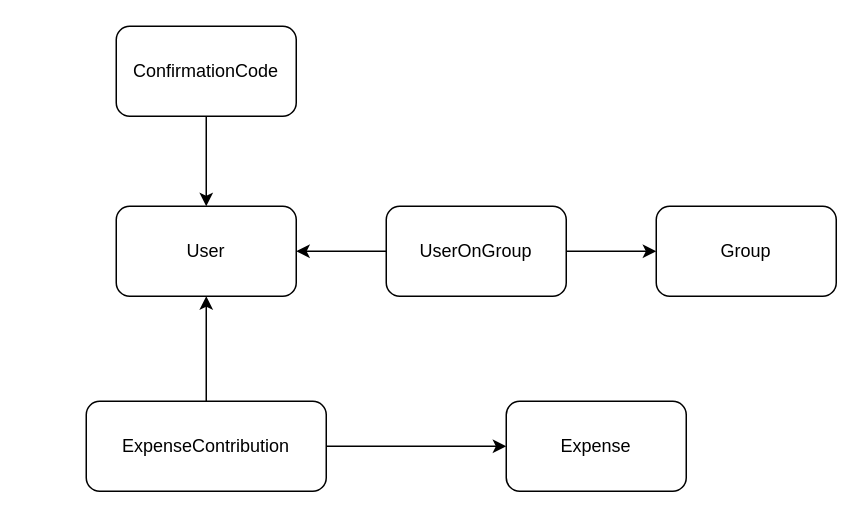
Above: doc/SplitDB.drawio in davideyoga/split (draw.io), before the change. Source tidied: cells renumbered, new cells numbered last; positions are measured from the earlier drawing's top-left corner, leaving out a move shared by most shapes. Both pictures are drawn from the tidied source at 150%, with x=0, y=0 at pixel (86, 26).
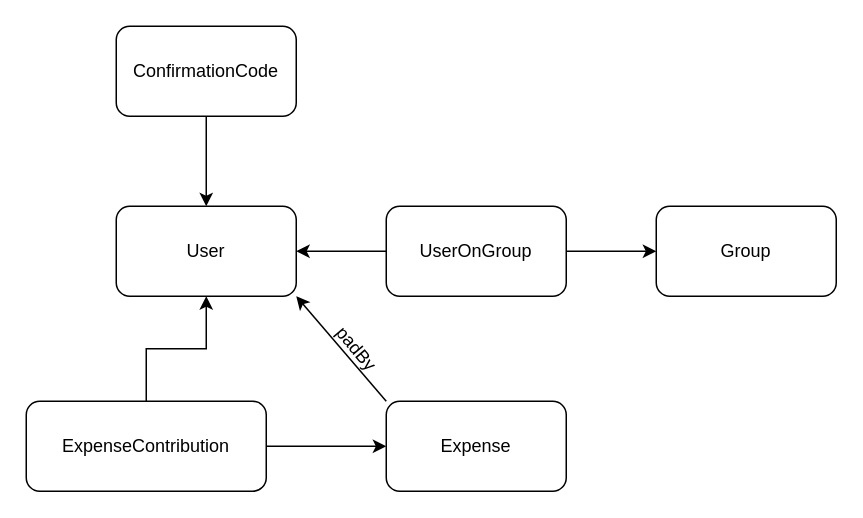
The same page after the edit.

The edit, as a diff of the source:
```diff
@@
 <mxGraphModel>
   <root>
     <mxCell id="0" />
     <mxCell id="1" parent="0" />
     <mxCell id="2" value="User" style="rounded=1;whiteSpace=wrap;html=1;" parent="1" vertex="1">
       <mxGeometry x="20" y="120" width="120" height="60" as="geometry" />
     </mxCell>
     <mxCell id="3" value="Group" style="rounded=1;whiteSpace=wrap;html=1;" parent="1" vertex="1">
       <mxGeometry x="380" y="120" width="120" height="60" as="geometry" />
     </mxCell>
     <mxCell id="4" style="edgeStyle=orthogonalEdgeStyle;rounded=0;jettySize=auto;html=1;" parent="1" edge="1" source="6" target="2">
       <mxGeometry relative="1" as="geometry" />
     </mxCell>
     <mxCell id="5" style="edgeStyle=orthogonalEdgeStyle;rounded=0;jettySize=auto;html=1;entryX=0;entryY=0.5;entryDx=0;entryDy=0;" parent="1" edge="1" source="6" target="3">
       <mxGeometry relative="1" as="geometry" />
     </mxCell>
     <mxCell id="6" value="UserOnGroup" style="rounded=1;whiteSpace=wrap;html=1;" parent="1" vertex="1">
       <mxGeometry x="200" y="120" width="120" height="60" as="geometry" />
     </mxCell>
+    <mxCell id="13" style="edgeStyle=none;html=1;exitX=0;exitY=0;exitDx=0;exitDy=0;entryX=1;entryY=1;entryDx=0;entryDy=0;" parent="1" edge="1" source="7" target="2">
+      <mxGeometry relative="1" as="geometry" />
+    </mxCell>
     <mxCell id="7" value="Expense" style="rounded=1;whiteSpace=wrap;html=1;" parent="1" vertex="1">
-      <mxGeometry x="280" y="250" width="120" height="60" as="geometry" />
+      <mxGeometry x="200" y="250" width="120" height="60" as="geometry" />
     </mxCell>
     <mxCell id="8" style="edgeStyle=orthogonalEdgeStyle;rounded=0;jettySize=auto;html=1;" parent="1" edge="1" source="10" target="7">
       <mxGeometry relative="1" as="geometry" />
     </mxCell>
     <mxCell id="9" style="edgeStyle=orthogonalEdgeStyle;rounded=0;jettySize=auto;html=1;exitX=0.5;exitY=0;exitDx=0;exitDy=0;entryX=0.5;entryY=1;entryDx=0;entryDy=0;" parent="1" edge="1" source="10" target="2">
       <mxGeometry relative="1" as="geometry" />
     </mxCell>
     <mxCell id="10" value="ExpenseContribution" style="rounded=1;whiteSpace=wrap;html=1;" parent="1" vertex="1">
-      <mxGeometry y="250" width="160" height="60" as="geometry" />
+      <mxGeometry x="-40" y="250" width="160" height="60" as="geometry" />
     </mxCell>
     <mxCell id="11" style="edgeStyle=orthogonalEdgeStyle;rounded=0;jettySize=auto;html=1;entryX=0.5;entryY=0;entryDx=0;entryDy=0;" parent="1" edge="1" source="12" target="2">
       <mxGeometry relative="1" as="geometry" />
     </mxCell>
     <mxCell id="12" value="ConfirmationCode" style="rounded=1;whiteSpace=wrap;html=1;" parent="1" vertex="1">
       <mxGeometry x="20" width="120" height="60" as="geometry" />
     </mxCell>
+    <mxCell id="14" value="padBy" style="text;html=1;align=center;verticalAlign=middle;strokeColor=none;fillColor=none;rotation=50;" parent="1" vertex="1">
+      <mxGeometry x="150" y="200" width="60" height="30" as="geometry" />
+    </mxCell>
   </root>
 </mxGraphModel>
```
